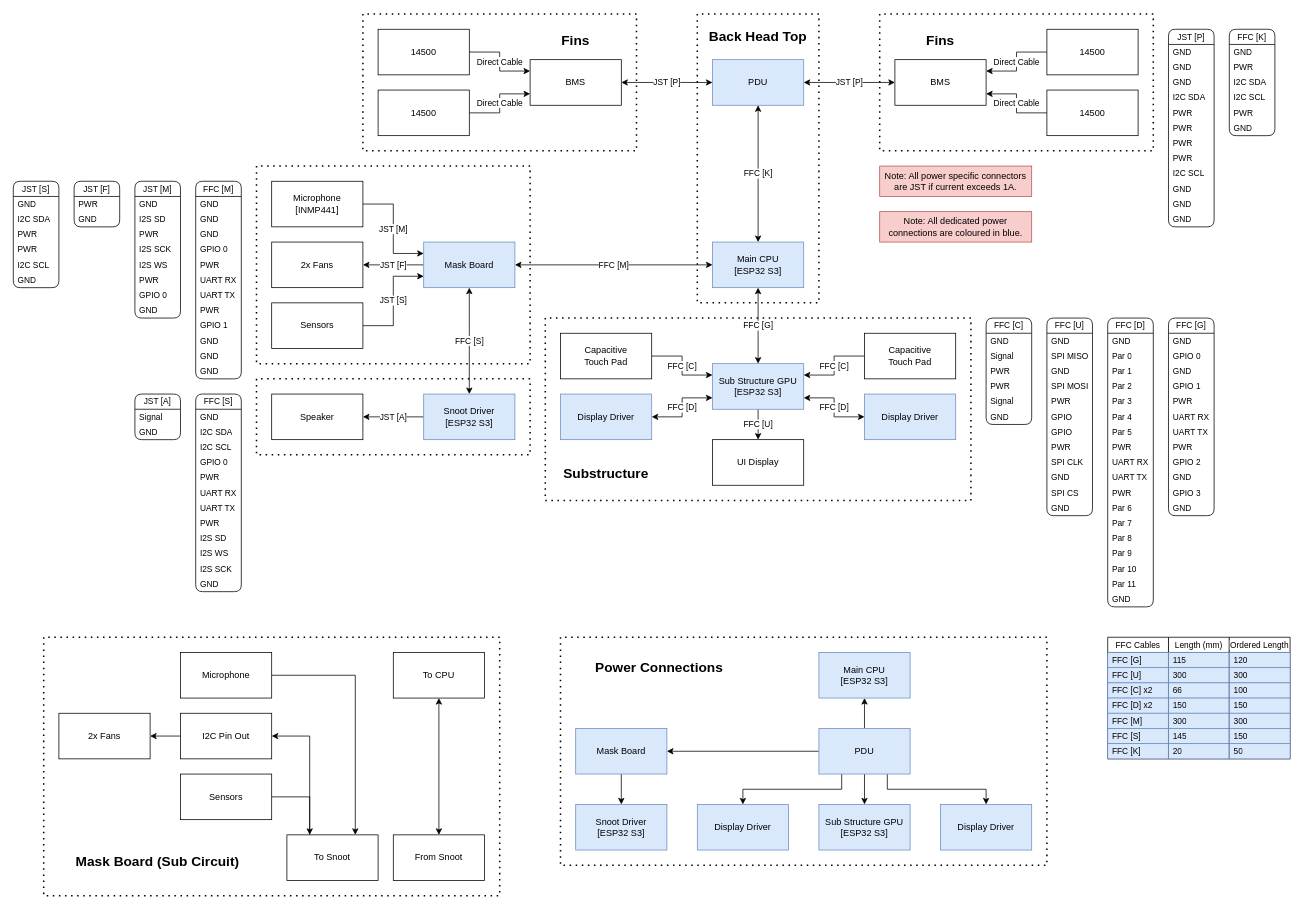
Before: page "Connectors & Connections" (2 of 3) of Documents/Electronics.drawio in XCR1793/Synth-Head, a draw.io diagram. Source tidied: cells renumbered, new cells numbered last; positions are measured from the earlier drawing's top-left corner, leaving out a move shared by most shapes. Both pictures are drawn from the tidied source at 76%, with x=0, y=0 at pixel (13, 14).
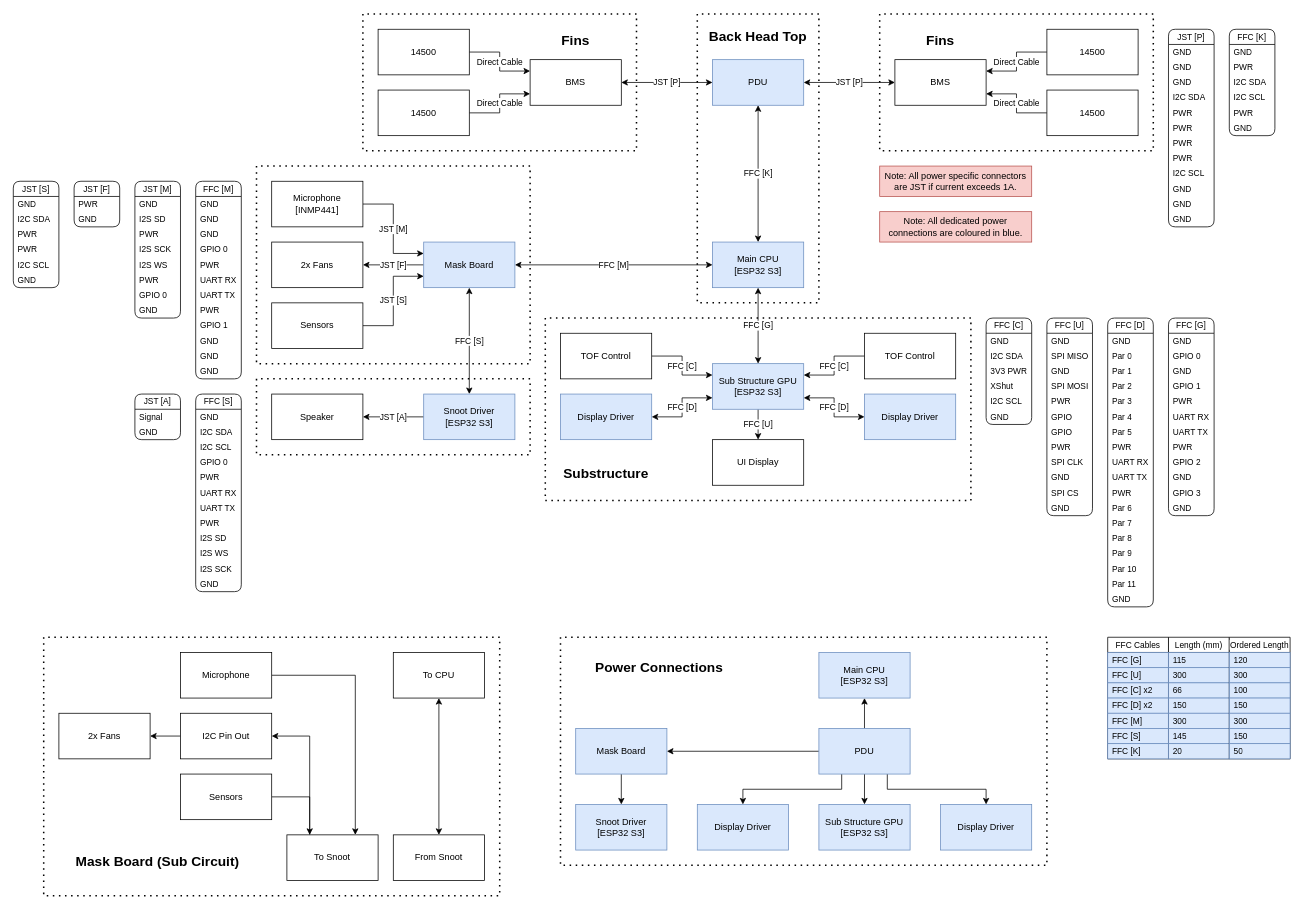
After the change.

The change refers to these unchanged cells:
```xml
<mxCell id="51" value="FFC [C]" style="swimlane;fontStyle=0;horizontal=1;startSize=20;whiteSpace=wrap;html=1;fontFamily=Helvetica;fontSize=11;fontColor=default;labelBackgroundColor=default;rounded=1;" parent="1" vertex="1">
  <mxGeometry x="1280" y="400" width="60" height="140" as="geometry" />
</mxCell>
```

The edit, as a diff of the source:
```diff
@@
-    <mxCell id="13" value="Capacitive&lt;div&gt;Touch Pad&lt;/div&gt;" style="rounded=0;whiteSpace=wrap;html=1;fontStyle=0;" parent="1" vertex="1">
+    <mxCell id="13" value="TOF Control" style="rounded=0;whiteSpace=wrap;html=1;fontStyle=0;" parent="1" vertex="1">
       <mxGeometry x="720" y="420" width="120" height="60" as="geometry" />
     </mxCell>
@@
-    <mxCell id="15" value="Capacitive&lt;div&gt;Touch Pad&lt;/div&gt;" style="rounded=0;whiteSpace=wrap;html=1;fontStyle=0;" parent="1" vertex="1">
+    <mxCell id="15" value="TOF Control" style="rounded=0;whiteSpace=wrap;html=1;fontStyle=0;" parent="1" vertex="1">
       <mxGeometry x="1120" y="420" width="120" height="60" as="geometry" />
     </mxCell>
@@
-    <mxCell id="53" value="Signal" style="text;strokeColor=none;fillColor=none;align=left;verticalAlign=middle;spacingLeft=4;spacingRight=4;overflow=hidden;whiteSpace=wrap;html=1;fontFamily=Helvetica;fontSize=11;fontColor=default;labelBackgroundColor=default;fontStyle=0;" parent="51" vertex="1">
+    <mxCell id="53" value="I2C SDA" style="text;strokeColor=none;fillColor=none;align=left;verticalAlign=middle;spacingLeft=4;spacingRight=4;overflow=hidden;whiteSpace=wrap;html=1;fontFamily=Helvetica;fontSize=11;fontColor=default;labelBackgroundColor=default;fontStyle=0;" parent="51" vertex="1">
       <mxGeometry y="40" width="60" height="20" as="geometry" />
     </mxCell>
-    <mxCell id="54" value="PWR" style="text;strokeColor=none;fillColor=none;align=left;verticalAlign=middle;spacingLeft=4;spacingRight=4;overflow=hidden;whiteSpace=wrap;html=1;fontFamily=Helvetica;fontSize=11;fontColor=default;labelBackgroundColor=default;fontStyle=0;" parent="51" vertex="1">
+    <mxCell id="54" value="3V3 PWR" style="text;strokeColor=none;fillColor=none;align=left;verticalAlign=middle;spacingLeft=4;spacingRight=4;overflow=hidden;whiteSpace=wrap;html=1;fontFamily=Helvetica;fontSize=11;fontColor=default;labelBackgroundColor=default;fontStyle=0;" parent="51" vertex="1">
       <mxGeometry y="60" width="60" height="20" as="geometry" />
     </mxCell>
-    <mxCell id="55" value="PWR" style="text;strokeColor=none;fillColor=none;align=left;verticalAlign=middle;spacingLeft=4;spacingRight=4;overflow=hidden;whiteSpace=wrap;html=1;fontFamily=Helvetica;fontSize=11;fontColor=default;labelBackgroundColor=default;fontStyle=0;" parent="51" vertex="1">
+    <mxCell id="55" value="XShut" style="text;strokeColor=none;fillColor=none;align=left;verticalAlign=middle;spacingLeft=4;spacingRight=4;overflow=hidden;whiteSpace=wrap;html=1;fontFamily=Helvetica;fontSize=11;fontColor=default;labelBackgroundColor=default;fontStyle=0;" parent="51" vertex="1">
       <mxGeometry y="80" width="60" height="20" as="geometry" />
     </mxCell>
-    <mxCell id="56" value="Signal" style="text;strokeColor=none;fillColor=none;align=left;verticalAlign=middle;spacingLeft=4;spacingRight=4;overflow=hidden;whiteSpace=wrap;html=1;fontFamily=Helvetica;fontSize=11;fontColor=default;labelBackgroundColor=default;fontStyle=0;" parent="51" vertex="1">
+    <mxCell id="56" value="I2C SCL" style="text;strokeColor=none;fillColor=none;align=left;verticalAlign=middle;spacingLeft=4;spacingRight=4;overflow=hidden;whiteSpace=wrap;html=1;fontFamily=Helvetica;fontSize=11;fontColor=default;labelBackgroundColor=default;fontStyle=0;" parent="51" vertex="1">
       <mxGeometry y="100" width="60" height="20" as="geometry" />
     </mxCell>
```
